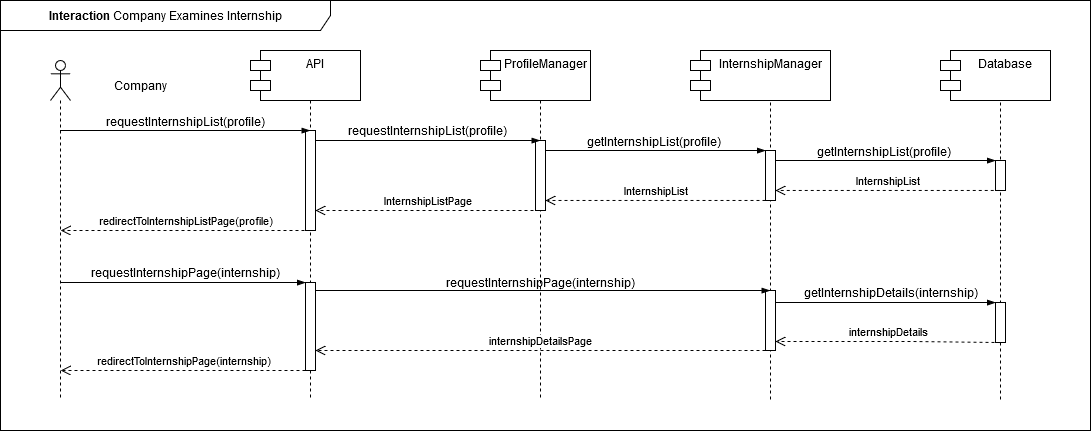
Before: DD/Images/Interactions/INT12_CompanyExaminesInternships.drawio.png, a diagram exported from draw.io (edogriba/GribaldoRosa). Source tidied: cells renumbered, new cells last; positions are measured from the earlier drawing's top-left corner, leaving out a move shared by most shapes.
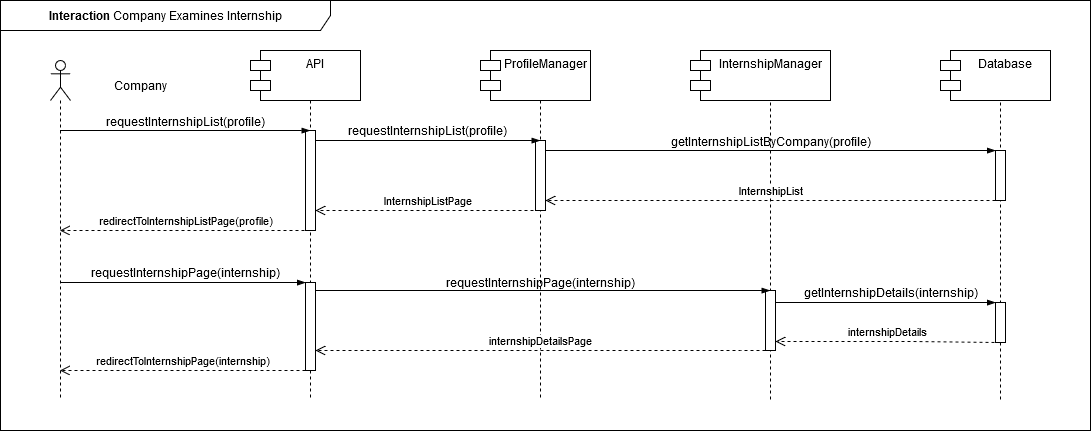
The same diagram one commit later.

Diff of the diagram source:
```diff
@@ -5,9 +5,6 @@
     <mxCell id="2" value=":Object" style="shape=umlLifeline;perimeter=lifelinePerimeter;whiteSpace=wrap;html=1;newEdgeStyle={&quot;curved&quot;:0,&quot;rounded&quot;:0};" parent="1" vertex="1">
       <mxGeometry x="720" y="50" width="100" height="350" as="geometry" />
     </mxCell>
-    <mxCell id="3" style="html=1;points=[[0,0,0,0,5],[0,1,0,0,-5],[1,0,0,0,5],[1,1,0,0,-5]];perimeter=orthogonalPerimeter;outlineConnect=0;targetShapes=umlLifeline;portConstraint=eastwest;newEdgeStyle={&quot;curved&quot;:0,&quot;rounded&quot;:0};" parent="2" vertex="1">
-      <mxGeometry x="45" y="100" width="10" height="50" as="geometry" />
-    </mxCell>
     <mxCell id="4" value="S&amp;amp;C" style="shape=umlLifeline;perimeter=lifelinePerimeter;whiteSpace=wrap;html=1;newEdgeStyle={&quot;edgeStyle&quot;:&quot;elbowEdgeStyle&quot;,&quot;elbow&quot;:&quot;vertical&quot;,&quot;curved&quot;:0,&quot;rounded&quot;:0};" parent="1" vertex="1">
       <mxGeometry x="260" y="60" width="100" height="340" as="geometry" />
     </mxCell>
@@ -54,7 +51,7 @@
       <mxGeometry x="950" y="50" width="100" height="350" as="geometry" />
     </mxCell>
     <mxCell id="17" style="html=1;points=[[0,0,0,0,5],[0,1,0,0,-5],[1,0,0,0,5],[1,1,0,0,-5]];perimeter=orthogonalPerimeter;outlineConnect=0;targetShapes=umlLifeline;portConstraint=eastwest;newEdgeStyle={&quot;curved&quot;:0,&quot;rounded&quot;:0};" parent="16" vertex="1">
-      <mxGeometry x="45" y="110" width="10" height="30" as="geometry" />
+      <mxGeometry x="45" y="100" width="10" height="50" as="geometry" />
     </mxCell>
     <mxCell id="18" style="html=1;points=[[0,0,0,0,5],[0,1,0,0,-5],[1,0,0,0,5],[1,1,0,0,-5]];perimeter=orthogonalPerimeter;outlineConnect=0;targetShapes=umlLifeline;portConstraint=eastwest;newEdgeStyle={&quot;curved&quot;:0,&quot;rounded&quot;:0};" parent="16" vertex="1">
       <mxGeometry x="45" y="252" width="10" height="40" as="geometry" />
@@ -73,8 +70,8 @@
         </Array>
       </mxGeometry>
     </mxCell>
-    <mxCell id="22" value="getInternshipList(profile)" style="text;html=1;align=center;verticalAlign=middle;strokeColor=none;fillColor=none;" parent="1" vertex="1">
-      <mxGeometry x="573" y="126" width="160" height="30" as="geometry" />
+    <mxCell id="22" value="getInternshipListByCompany(profile)" style="text;html=1;align=center;verticalAlign=middle;strokeColor=none;fillColor=none;" parent="1" vertex="1">
+      <mxGeometry x="660" y="126" width="220" height="30" as="geometry" />
     </mxCell>
     <mxCell id="23" value="redirectToInternshipListPage(profile)" style="html=1;verticalAlign=bottom;endArrow=open;dashed=1;endSize=8;curved=0;rounded=0;" parent="1" edge="1" target="6">
       <mxGeometry relative="1" as="geometry">
@@ -84,11 +81,6 @@
     <mxCell id="24" value="requestInternshipPage(internship)" style="text;html=1;align=center;verticalAlign=middle;strokeColor=none;fillColor=none;" parent="1" vertex="1">
       <mxGeometry x="435" y="267" width="210" height="30" as="geometry" />
     </mxCell>
-    <mxCell id="25" value="InternshipList" style="html=1;verticalAlign=bottom;endArrow=open;dashed=1;endSize=8;curved=0;rounded=0;" parent="1" edge="1" target="3">
-      <mxGeometry relative="1" as="geometry">
-        <mxPoint x="999.2" y="190" as="sourcePoint" />
-      </mxGeometry>
-    </mxCell>
     <mxCell id="26" value="getInternshipDetails(internship)" style="text;html=1;align=center;verticalAlign=middle;strokeColor=none;fillColor=none;" parent="1" vertex="1">
       <mxGeometry x="790" y="277" width="200" height="30" as="geometry" />
     </mxCell>
@@ -131,7 +123,7 @@
         </Array>
       </mxGeometry>
     </mxCell>
-    <mxCell id="33" style="edgeStyle=elbowEdgeStyle;fontSize=12;html=1;endArrow=blockThin;endFill=1;rounded=0;elbow=vertical;" parent="1" edge="1" source="13" target="3">
+    <mxCell id="33" style="edgeStyle=elbowEdgeStyle;fontSize=12;html=1;endArrow=blockThin;endFill=1;rounded=0;elbow=vertical;" parent="1" edge="1" source="13" target="17">
       <mxGeometry x="-0.04" y="30" relative="1" as="geometry">
         <Array as="points">
           <mxPoint x="665" y="150" />
@@ -164,22 +156,11 @@
         </Array>
       </mxGeometry>
     </mxCell>
-    <mxCell id="38" value="InternshipList" style="html=1;verticalAlign=bottom;endArrow=open;dashed=1;endSize=8;curved=0;rounded=0;" parent="1" edge="1" target="13">
+    <mxCell id="38" value="InternshipList" style="html=1;verticalAlign=bottom;endArrow=open;dashed=1;endSize=8;curved=0;rounded=0;" parent="1" edge="1">
       <mxGeometry relative="1" as="geometry">
-        <mxPoint x="765" y="200" as="sourcePoint" />
+        <mxPoint x="995" y="200" as="sourcePoint" />
+        <mxPoint x="545" y="200" as="targetPoint" />
       </mxGeometry>
     </mxCell>
-    <mxCell id="39" value="getInternshipList(profile)" style="text;html=1;align=center;verticalAlign=middle;strokeColor=none;fillColor=none;" parent="1" vertex="1">
-      <mxGeometry x="803" y="136" width="160" height="30" as="geometry" />
-    </mxCell>
-    <mxCell id="40" style="edgeStyle=elbowEdgeStyle;fontSize=12;html=1;endArrow=blockThin;endFill=1;rounded=0;elbow=vertical;" parent="1" edge="1">
-      <mxGeometry x="-0.04" y="30" relative="1" as="geometry">
-        <mxPoint x="775" y="160" as="sourcePoint" />
-        <mxPoint x="995" y="160" as="targetPoint" />
-        <Array as="points">
-          <mxPoint x="895" y="160" />
-        </Array>
-      </mxGeometry>
-    </mxCell>
   </root>
 </mxGraphModel>
```
